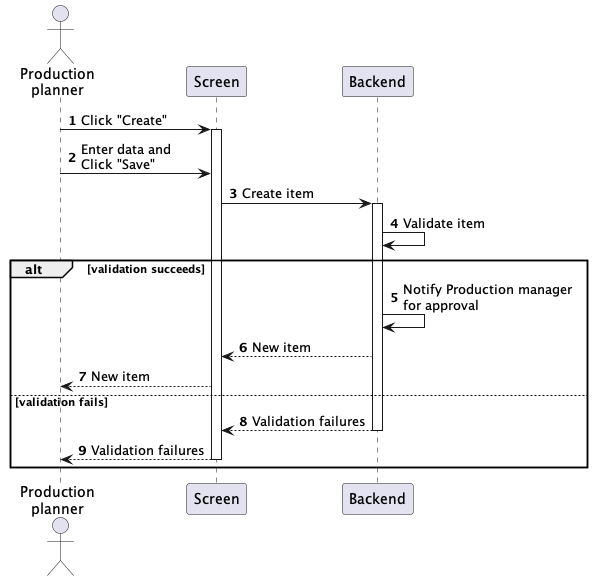
Earlier version of the PlantUML export Lab1/Lab1.2/sequences/production-order-create.png (phihungha/SE357-Practice-class). Its diagram source:
```plantuml
@startuml production-order-create
autonumber

actor "Production\nplanner" as a
participant Screen as f
participant Backend as b

a -> f : Click "Create"
activate f
a -> f : Enter data and\nClick "Save"
f -> b : Create item
activate b
b -> b : Validate item

alt validation succeeds
    b -> b : Notify Production manager \nfor approval
    b --> f : New item
    f --> a : New item
else validation fails
    return Validation failures
    return Validation failures
end
@enduml
```
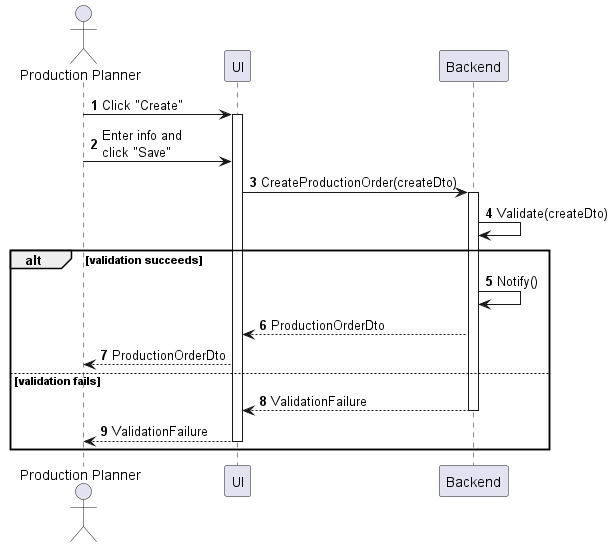
The same diagram one commit later.

Diff of the diagram source:
```diff
@@ -1,23 +1,23 @@
 @startuml production-order-create
 autonumber
 
-actor "Production\nplanner" as a
-participant Screen as f
+actor "Production Planner" as a
+participant UI as f
 participant Backend as b
 
 a -> f : Click "Create"
 activate f
-a -> f : Enter data and\nClick "Save"
-f -> b : Create item
+a -> f : Enter info and\nclick "Save"
+f -> b : CreateProductionOrder(createDto)
 activate b
-b -> b : Validate item
+b -> b : Validate(createDto)
 
 alt validation succeeds
-    b -> b : Notify Production manager \nfor approval
-    b --> f : New item
-    f --> a : New item
+    b -> b : Notify()
+    b --> f : ProductionOrderDto
+    f --> a : ProductionOrderDto
 else validation fails
-    return Validation failures
-    return Validation failures
+    return ValidationFailure
+    return ValidationFailure
 end
 @enduml
```
